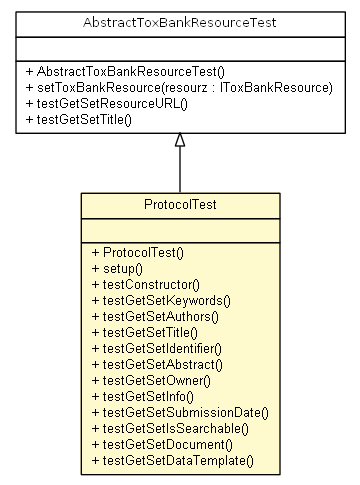
Above: testapidocs/net/toxbank/client/resource/ProtocolTest.png in ToxBank/toxbank-api-beans (Graphviz), before the change. Its source is kept beside it as testapidocs/net/toxbank/client/resource/ProtocolTest.dot.
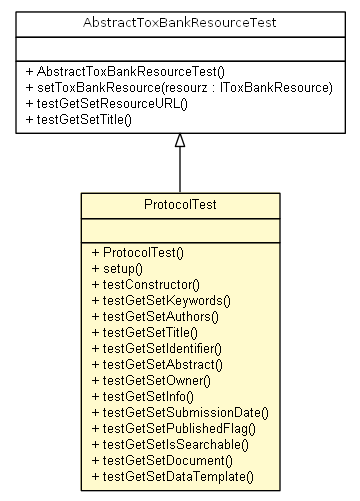
After the change.

Change to the diagram source:
```diff
@@ -21,6 +21,7 @@
 			<tr><td align="left"> + testGetSetOwner() </td></tr>
 			<tr><td align="left"> + testGetSetInfo() </td></tr>
 			<tr><td align="left"> + testGetSetSubmissionDate() </td></tr>
+			<tr><td align="left"> + testGetSetPublishedFlag() </td></tr>
 			<tr><td align="left"> + testGetSetIsSearchable() </td></tr>
 			<tr><td align="left"> + testGetSetDocument() </td></tr>
 			<tr><td align="left"> + testGetSetDataTemplate() </td></tr>
```
